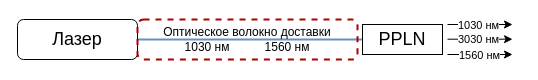
This is Presentation/images/problem_fiber.drawio from 3dsoundfromtagan/Russian-Phd-LaTeX-Dissertation-Template, a draw.io file, before an edit. Source tidied: cells renumbered, new cells numbered last; positions are measured from the earlier drawing's top-left corner, leaving out a move shared by most shapes. Both pictures are drawn from the tidied source at 100%, with x=0, y=0 at pixel (17, 19). Pictures stored in the file or linked from it are replaced by grey dashed boxes.
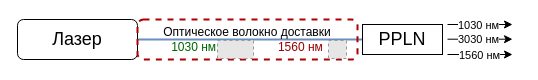
The same diagram, later.

The edit, as a diff of the source:
```diff
@@
 <mxGraphModel>
   <root>
     <mxCell id="0" />
     <mxCell id="1" parent="0" />
     <mxCell id="2" style="edgeStyle=orthogonalEdgeStyle;rounded=0;jettySize=auto;html=1;exitX=1;exitY=0.5;exitDx=0;exitDy=0;entryX=0;entryY=0.5;entryDx=0;entryDy=0;fillColor=#dae8fc;strokeColor=#6c8ebf;endArrow=none;endFill=0;strokeWidth=2;" parent="1" edge="1" source="3" target="5">
       <mxGeometry relative="1" as="geometry" />
     </mxCell>
     <mxCell id="3" value="&lt;font style=&quot;font-size: 18px;&quot;&gt;Лазер&lt;/font&gt;" style="rounded=1;whiteSpace=wrap;html=1;" parent="1" vertex="1">
       <mxGeometry width="120" height="40" as="geometry" />
     </mxCell>
-    <mxCell id="4" value="Оптическое волокно доставки&lt;div&gt;1030 нм&lt;span style=&quot;white-space: pre;&quot;&gt;&#9;&lt;/span&gt;&lt;span style=&quot;white-space: pre;&quot;&gt;&#9;&lt;/span&gt;1560 нм&lt;/div&gt;" style="whiteSpace=wrap;html=1;rounded=1;dashed=1;fillColor=none;strokeColor=#AE0000;strokeWidth=2;" parent="1" vertex="1">
+    <mxCell id="4" value="Оптическое волокно доставки&lt;div&gt;&lt;font style=&quot;color: rgb(0, 102, 0);&quot;&gt;1030 нм&lt;span style=&quot;white-space: pre;&quot;&gt;&#9;&lt;/span&gt;&lt;span style=&quot;white-space: pre;&quot;&gt;&#9;&lt;/span&gt;&lt;/font&gt;&lt;span style=&quot;white-space: pre;&quot;&gt;&#9;&lt;/span&gt;&lt;font style=&quot;color: rgb(153, 0, 0);&quot;&gt;1560 нм&lt;/font&gt;&lt;/div&gt;" style="whiteSpace=wrap;html=1;rounded=1;dashed=1;fillColor=none;strokeColor=#AE0000;strokeWidth=2;" parent="1" vertex="1">
       <mxGeometry x="120" width="220" height="40" as="geometry" />
     </mxCell>
     <mxCell id="5" value="&lt;font style=&quot;font-size: 18px;&quot;&gt;PPLN&lt;/font&gt;" style="rounded=0;whiteSpace=wrap;html=1;" parent="1" vertex="1">
       <mxGeometry x="345" y="5" width="80" height="30" as="geometry" />
     </mxCell>
     <mxCell id="6" style="endArrow=classic;html=1;rounded=0;" parent="1" edge="1">
       <mxGeometry relative="1" as="geometry">
         <mxPoint x="430" y="5" as="sourcePoint" />
         <mxPoint x="495" y="5" as="targetPoint" />
       </mxGeometry>
     </mxCell>
     <mxCell id="7" value="1030 нм" style="edgeLabel;html=1;align=center;verticalAlign=middle;" parent="6" vertex="1">
       <mxGeometry x="0.1" y="2" relative="1" as="geometry">
         <mxPoint x="-6" y="2" as="offset" />
       </mxGeometry>
     </mxCell>
     <mxCell id="8" style="endArrow=classic;html=1;rounded=0;" parent="1" edge="1">
       <mxGeometry relative="1" as="geometry">
         <mxPoint x="430" y="19.7" as="sourcePoint" />
         <mxPoint x="495" y="19.7" as="targetPoint" />
       </mxGeometry>
     </mxCell>
     <mxCell id="9" value="3030 нм" style="edgeLabel;html=1;align=center;verticalAlign=middle;" parent="8" vertex="1">
       <mxGeometry x="0.1" y="2" relative="1" as="geometry">
         <mxPoint x="-6" y="2" as="offset" />
       </mxGeometry>
     </mxCell>
     <mxCell id="10" style="endArrow=classic;html=1;rounded=0;" parent="1" edge="1">
       <mxGeometry relative="1" as="geometry">
         <mxPoint x="430" y="35" as="sourcePoint" />
         <mxPoint x="495" y="35" as="targetPoint" />
       </mxGeometry>
     </mxCell>
     <mxCell id="11" value="1560 нм" style="edgeLabel;html=1;align=center;verticalAlign=middle;" parent="10" vertex="1">
       <mxGeometry x="0.31" y="-1" relative="1" as="geometry">
         <mxPoint x="-12" y="-1" as="offset" />
       </mxGeometry>
     </mxCell>
+    <mxCell id="12" style="fillColor=#E6E6E6;strokeColor=#999999;dashed=1;" parent="1" vertex="1">
+      <mxGeometry x="200" y="21" width="36" height="18" as="geometry" />
+    </mxCell>
+    <mxCell id="13" style="fillColor=#E6E6E6;strokeColor=#999999;dashed=1;" parent="1" vertex="1">
+      <mxGeometry x="311" y="21" width="18" height="18" as="geometry" />
+    </mxCell>
   </root>
 </mxGraphModel>
```
